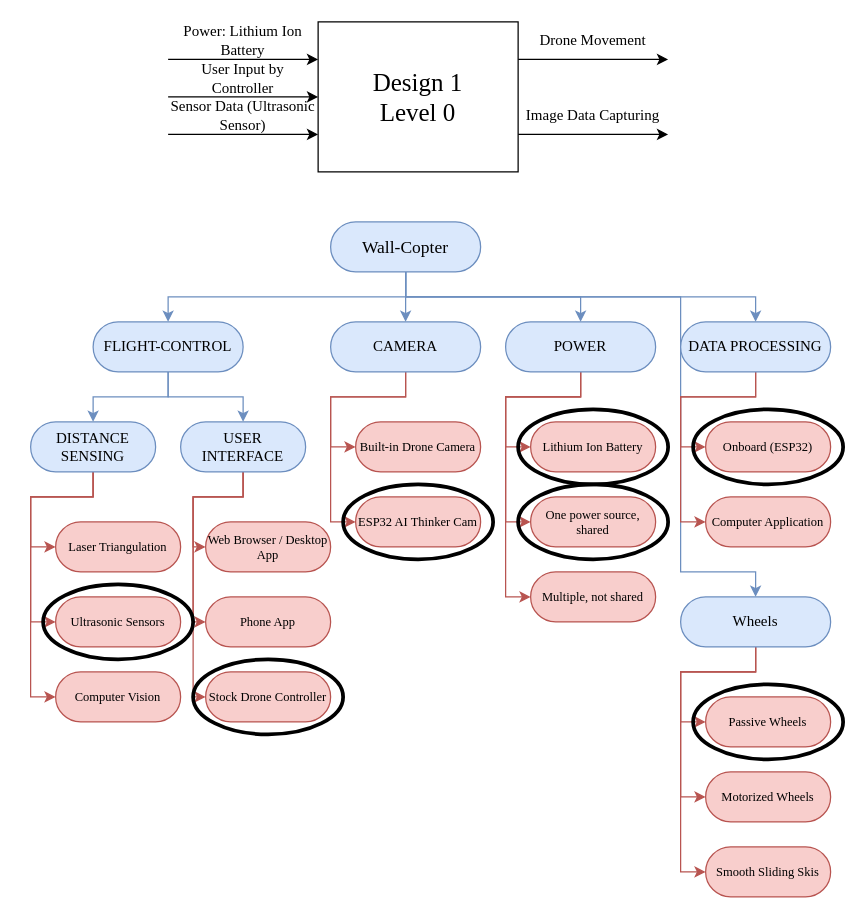
Earlier version of the draw.io diagram page "Design 1" (2 of 4) of Assignments/resources/assignment3.drawio (jpmossman/SeniorDesign2023Wallcopter). Source tidied: cells renumbered, new cells numbered last; positions are measured from the earlier drawing's top-left corner, leaving out a move shared by most shapes. Both pictures are drawn from the tidied source at 125%, with x=0, y=0 at pixel (30, 21).
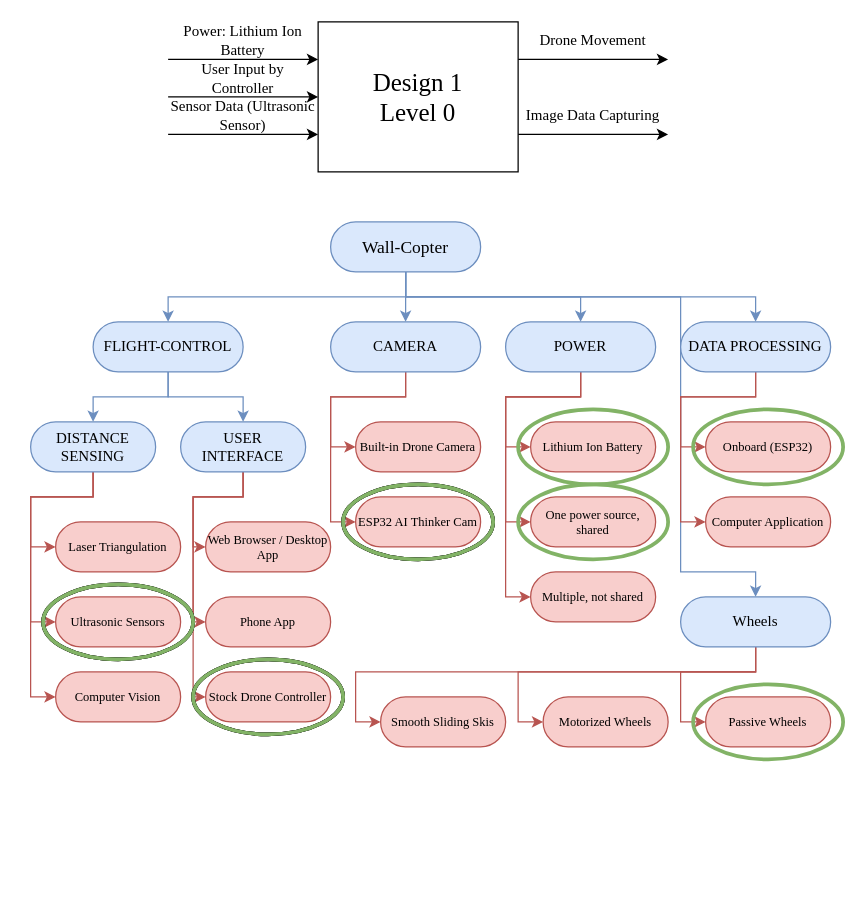
The same page after the edit.

The change refers to these unchanged cells:
```xml
<mxCell id="55" value="Wheels" style="rounded=1;whiteSpace=wrap;html=1;fontFamily=Times New Roman;fontSize=12;arcSize=50;fillColor=#dae8fc;strokeColor=#6c8ebf;" parent="1" vertex="1">
  <mxGeometry x="520" y="460" width="120" height="40" as="geometry" />
</mxCell>
```

Change to the diagram source:
```diff
@@
     <mxCell id="53" style="edgeStyle=orthogonalEdgeStyle;rounded=0;jettySize=auto;html=1;exitX=0.5;exitY=1;exitDx=0;exitDy=0;entryX=0;entryY=0.5;entryDx=0;entryDy=0;fontFamily=Times New Roman;fontSize=10;fillColor=#f8cecc;strokeColor=#b85450;" parent="1" edge="1" source="55" target="57">
       <mxGeometry relative="1" as="geometry">
         <Array as="points">
           <mxPoint x="580" y="520" />
-          <mxPoint x="520" y="520" />
-          <mxPoint x="520" y="620" />
+          <mxPoint x="390" y="520" />
+          <mxPoint x="390" y="560" />
         </Array>
       </mxGeometry>
     </mxCell>
     <mxCell id="54" style="edgeStyle=orthogonalEdgeStyle;rounded=0;jettySize=auto;html=1;exitX=0.5;exitY=1;exitDx=0;exitDy=0;entryX=0;entryY=0.5;entryDx=0;entryDy=0;fontFamily=Times New Roman;fontSize=10;fillColor=#f8cecc;strokeColor=#b85450;" parent="1" edge="1" source="55" target="58">
       <mxGeometry relative="1" as="geometry">
         <Array as="points">
           <mxPoint x="580" y="520" />
-          <mxPoint x="520" y="520" />
-          <mxPoint x="520" y="680" />
+          <mxPoint x="260" y="520" />
+          <mxPoint x="260" y="560" />
         </Array>
       </mxGeometry>
     </mxCell>
@@
     <mxCell id="57" value="Motorized Wheels" style="rounded=1;whiteSpace=wrap;html=1;fontFamily=Times New Roman;fontSize=10;arcSize=50;fillColor=#f8cecc;strokeColor=#b85450;" parent="1" vertex="1">
-      <mxGeometry x="540" y="600" width="100" height="40" as="geometry" />
+      <mxGeometry x="410" y="540" width="100" height="40" as="geometry" />
     </mxCell>
     <mxCell id="58" value="Smooth Sliding Skis" style="rounded=1;whiteSpace=wrap;html=1;fontFamily=Times New Roman;fontSize=10;arcSize=50;fillColor=#f8cecc;strokeColor=#b85450;" parent="1" vertex="1">
-      <mxGeometry x="540" y="660" width="100" height="40" as="geometry" />
+      <mxGeometry x="280" y="540" width="100" height="40" as="geometry" />
     </mxCell>
@@
-    <mxCell id="63" style="ellipse;whiteSpace=wrap;html=1;fontFamily=Times New Roman;fontSize=10;strokeColor=default;strokeWidth=3;fillColor=none;" parent="1" vertex="1">
+    <mxCell id="63" style="ellipse;whiteSpace=wrap;html=1;fontFamily=Times New Roman;fontSize=10;strokeColor=#82b366;strokeWidth=3;fillColor=none;" parent="1" vertex="1">
       <mxGeometry x="390" y="310" width="120" height="60" as="geometry" />
     </mxCell>
-    <mxCell id="64" style="ellipse;whiteSpace=wrap;html=1;fontFamily=Times New Roman;fontSize=10;strokeColor=default;strokeWidth=3;fillColor=none;" parent="1" vertex="1">
+    <mxCell id="64" style="ellipse;whiteSpace=wrap;html=1;fontFamily=Times New Roman;fontSize=10;strokeColor=#82b366;strokeWidth=3;fillColor=none;" parent="1" vertex="1">
       <mxGeometry x="390" y="370" width="120" height="60" as="geometry" />
     </mxCell>
-    <mxCell id="65" style="ellipse;whiteSpace=wrap;html=1;fontFamily=Times New Roman;fontSize=10;strokeColor=default;strokeWidth=3;fillColor=none;" parent="1" vertex="1">
+    <mxCell id="65" style="ellipse;whiteSpace=wrap;html=1;fontFamily=Times New Roman;fontSize=10;strokeColor=#82b366;strokeWidth=3;fillColor=none;" parent="1" vertex="1">
       <mxGeometry x="530" y="530" width="120" height="60" as="geometry" />
     </mxCell>
-    <mxCell id="66" style="ellipse;whiteSpace=wrap;html=1;fontFamily=Times New Roman;fontSize=10;strokeColor=default;strokeWidth=3;fillColor=none;" parent="1" vertex="1">
+    <mxCell id="66" style="ellipse;whiteSpace=wrap;html=1;fontFamily=Times New Roman;fontSize=10;strokeColor=#82b366;strokeWidth=3;fillColor=none;" parent="1" vertex="1">
       <mxGeometry x="530" y="310" width="120" height="60" as="geometry" />
     </mxCell>
+    <mxCell id="67" style="ellipse;whiteSpace=wrap;html=1;fontFamily=Times New Roman;fontSize=10;strokeColor=default;strokeWidth=3;fillColor=none;" parent="1" vertex="1">
+      <mxGeometry x="130" y="510" width="120" height="60" as="geometry" />
+    </mxCell>
+    <mxCell id="68" style="ellipse;whiteSpace=wrap;html=1;fontFamily=Times New Roman;fontSize=10;strokeColor=default;strokeWidth=3;fillColor=none;" parent="1" vertex="1">
+      <mxGeometry x="10" y="450" width="120" height="60" as="geometry" />
+    </mxCell>
+    <mxCell id="69" style="ellipse;whiteSpace=wrap;html=1;fontFamily=Times New Roman;fontSize=10;strokeColor=default;strokeWidth=3;fillColor=none;" parent="1" vertex="1">
+      <mxGeometry x="250" y="370" width="120" height="60" as="geometry" />
+    </mxCell>
+    <mxCell id="70" style="ellipse;whiteSpace=wrap;html=1;fontFamily=Times New Roman;fontSize=10;strokeColor=#82b366;strokeWidth=3;fillColor=none;" parent="1" vertex="1">
+      <mxGeometry x="10" y="450" width="120" height="60" as="geometry" />
+    </mxCell>
+    <mxCell id="71" style="ellipse;whiteSpace=wrap;html=1;fontFamily=Times New Roman;fontSize=10;strokeColor=#82b366;strokeWidth=3;fillColor=none;" parent="1" vertex="1">
+      <mxGeometry x="130" y="510" width="120" height="60" as="geometry" />
+    </mxCell>
+    <mxCell id="72" style="ellipse;whiteSpace=wrap;html=1;fontFamily=Times New Roman;fontSize=10;strokeColor=#82b366;strokeWidth=3;fillColor=none;" parent="1" vertex="1">
+      <mxGeometry x="250" y="370" width="120" height="60" as="geometry" />
+    </mxCell>
```
